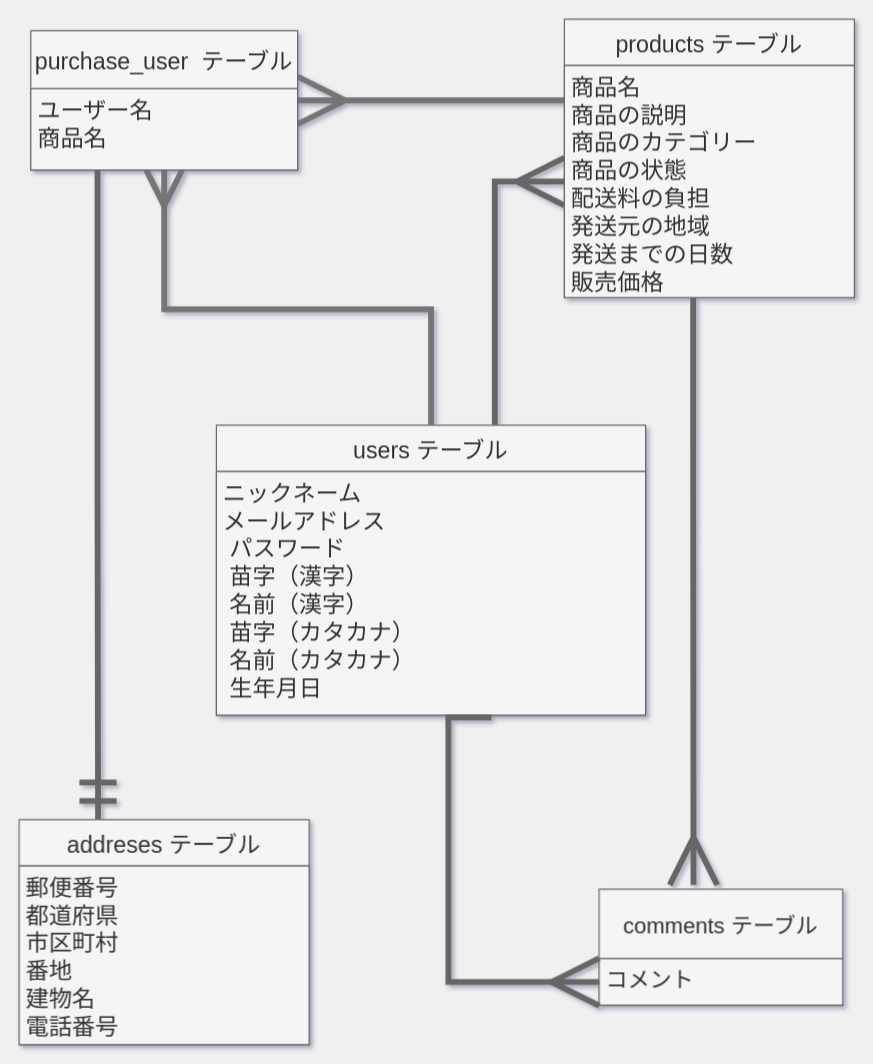
The draw.io diagram furima.dio in bhwi0015/furima-35725, before the edit. Source tidied: cells renumbered, new cells numbered last; positions are measured from the earlier drawing's top-left corner, leaving out a move shared by most shapes. Both pictures are drawn from the tidied source at 116%, with x=0, y=0 at pixel (19, 19).
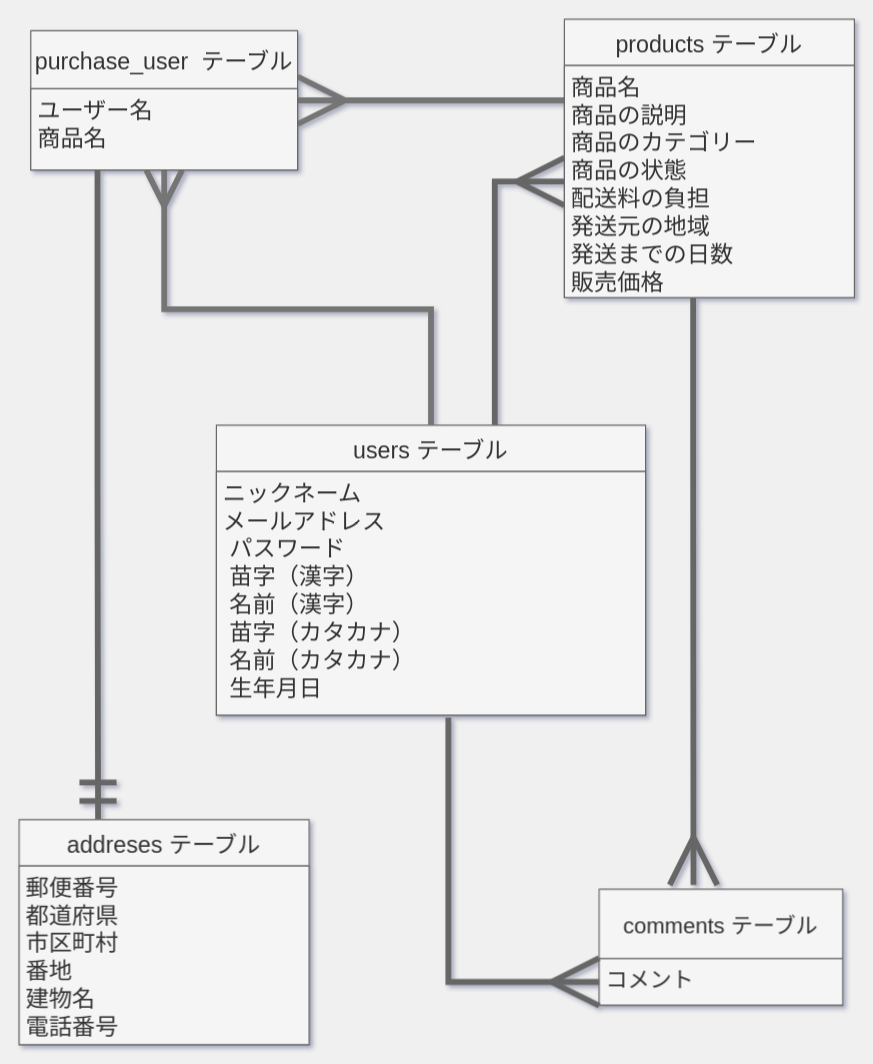
After the change.

The change refers to these unchanged cells:
```xml
<mxCell id="5" value="ニックネーム &#10;メールアドレス&#10; パスワード&#10; 苗字（漢字）&#10; 名前（漢字）&#10; 苗字（カタカナ） &#10; 名前（カタカナ）&#10; 生年月日" style="text;strokeColor=#666666;fillColor=#f5f5f5;spacingLeft=4;spacingRight=4;overflow=hidden;points=[[0,0.5],[1,0.5]];portConstraint=eastwest;fontSize=20;fontColor=#333333;" parent="3" vertex="1">
  <mxGeometry y="40" width="370" height="210" as="geometry" />
</mxCell>
<mxCell id="11" value="コメント" style="text;strokeColor=#666666;fillColor=#f5f5f5;spacingLeft=4;spacingRight=4;overflow=hidden;points=[[0,0.5],[1,0.5]];portConstraint=eastwest;fontSize=19;fontColor=#333333;" parent="10" vertex="1">
  <mxGeometry y="60" width="210" height="40" as="geometry" />
</mxCell>
```

Change to the diagram source:
```diff
@@
-    <mxCell id="18" style="edgeStyle=orthogonalEdgeStyle;rounded=0;jettySize=auto;html=1;endArrow=ERmany;endFill=0;endSize=35;fontSize=20;exitX=0.641;exitY=1.009;exitDx=0;exitDy=0;exitPerimeter=0;entryX=0;entryY=0.5;entryDx=0;entryDy=0;fillColor=#f5f5f5;strokeColor=#666666;strokeWidth=5;" parent="1" edge="1" source="5" target="11">
+    <mxCell id="18" style="edgeStyle=orthogonalEdgeStyle;rounded=0;jettySize=auto;html=1;endArrow=ERmany;endFill=0;endSize=35;fontSize=20;entryX=0;entryY=0.5;entryDx=0;entryDy=0;fillColor=#f5f5f5;strokeColor=#666666;strokeWidth=5;" parent="1" edge="1" target="11">
       <mxGeometry relative="1" as="geometry">
+        <mxPoint x="370" y="602" as="sourcePoint" />
         <Array as="points">
           <mxPoint x="370" y="602" />
           <mxPoint x="370" y="830" />
         </Array>
       </mxGeometry>
     </mxCell>
```
